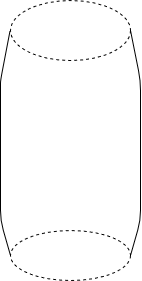
Above: Diagram bez tytułu.png in adamski83/sklep (draw.io), before the change. Source tidied: cells renumbered, new cells last; positions are measured from the earlier drawing's top-left corner, leaving out a move shared by most shapes. Source of this version:
```xml
<mxGraphModel>
  <root>
    <mxCell id="0" />
    <mxCell id="1" parent="0" />
    <mxCell id="2" style="ellipse;whiteSpace=wrap;html=1;shadow=0;strokeColor=#000000;fillColor=none;dashed=1;" parent="1" vertex="1">
      <mxGeometry x="10" width="120" height="60" as="geometry" />
    </mxCell>
    <mxCell id="3" style="ellipse;whiteSpace=wrap;html=1;shadow=0;strokeColor=#000000;fillColor=none;dashed=1;" parent="1" vertex="1">
      <mxGeometry x="10" y="230" width="120" height="50" as="geometry" />
    </mxCell>
    <mxCell id="4" style="edgeStyle=orthogonalEdgeStyle;rounded=0;orthogonalLoop=1;jettySize=auto;html=1;exitX=0.5;exitY=1;exitDx=0;exitDy=0;" parent="1" edge="1" source="2" target="2">
      <mxGeometry relative="1" as="geometry" />
    </mxCell>
    <mxCell id="5" style="endArrow=none;html=1;exitX=1;exitY=0.5;exitDx=0;exitDy=0;entryX=1;entryY=0.5;entryDx=0;entryDy=0;" parent="1" edge="1" source="3" target="2">
      <mxGeometry relative="1" as="geometry">
        <Array as="points">
          <mxPoint x="140" y="220" />
          <mxPoint x="140" y="190" />
          <mxPoint x="140" y="120" />
          <mxPoint x="140" y="80" />
        </Array>
      </mxGeometry>
    </mxCell>
    <mxCell id="6" style="endArrow=none;html=1;exitX=0;exitY=0.5;exitDx=0;exitDy=0;" parent="1" edge="1" source="3">
      <mxGeometry relative="1" as="geometry">
        <mxPoint x="9.6" y="30" as="targetPoint" />
        <Array as="points">
          <mxPoint y="220" />
          <mxPoint y="140" />
          <mxPoint y="90" />
          <mxPoint y="80" />
        </Array>
      </mxGeometry>
    </mxCell>
  </root>
</mxGraphModel>
```
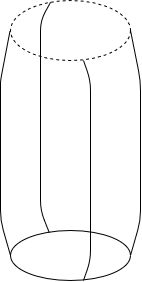
Above is the later version.

Diff of the diagram source:
```diff
@@ -5,7 +5,7 @@
     <mxCell id="2" style="ellipse;whiteSpace=wrap;html=1;shadow=0;strokeColor=#000000;fillColor=none;dashed=1;" parent="1" vertex="1">
       <mxGeometry x="10" width="120" height="60" as="geometry" />
     </mxCell>
-    <mxCell id="3" style="ellipse;whiteSpace=wrap;html=1;shadow=0;strokeColor=#000000;fillColor=none;dashed=1;" parent="1" vertex="1">
+    <mxCell id="3" style="ellipse;whiteSpace=wrap;html=1;shadow=0;strokeColor=#000000;fillColor=none;" parent="1" vertex="1">
       <mxGeometry x="10" y="230" width="120" height="50" as="geometry" />
     </mxCell>
     <mxCell id="4" style="edgeStyle=orthogonalEdgeStyle;rounded=0;orthogonalLoop=1;jettySize=auto;html=1;exitX=0.5;exitY=1;exitDx=0;exitDy=0;" parent="1" edge="1" source="2" target="2">
@@ -32,5 +32,22 @@
         </Array>
       </mxGeometry>
     </mxCell>
+    <mxCell id="7" style="endArrow=none;html=1;exitX=0.608;exitY=1;exitDx=0;exitDy=0;exitPerimeter=0;" parent="1" edge="1" source="3">
+      <mxGeometry relative="1" as="geometry">
+        <mxPoint x="83" y="60" as="targetPoint" />
+        <Array as="points">
+          <mxPoint x="90" y="260" />
+          <mxPoint x="90" y="80" />
+        </Array>
+      </mxGeometry>
+    </mxCell>
+    <mxCell id="8" style="endArrow=none;html=1;exitX=0.324;exitY=0.047;exitDx=0;exitDy=0;exitPerimeter=0;entryX=0.334;entryY=0.029;entryDx=0;entryDy=0;entryPerimeter=0;" parent="1" edge="1" source="3" target="2">
+      <mxGeometry relative="1" as="geometry">
+        <Array as="points">
+          <mxPoint x="40" y="210" />
+          <mxPoint x="40" y="20" />
+        </Array>
+      </mxGeometry>
+    </mxCell>
   </root>
 </mxGraphModel>
```
